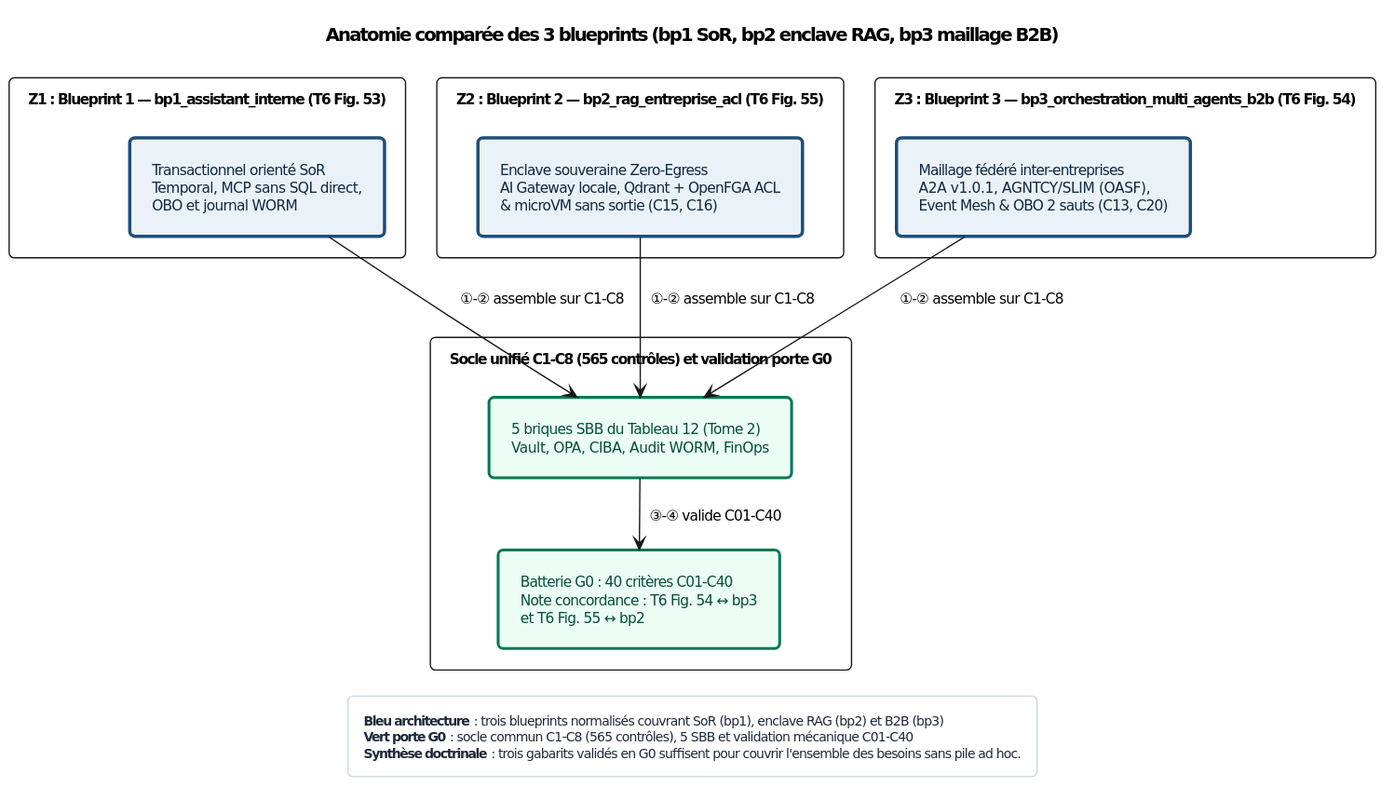
The PlantUML diagram Sources/Compendium/ouvrage/schemas/rendus/SCH-29-01.svg in agbruneau/Agentique, before a commit.
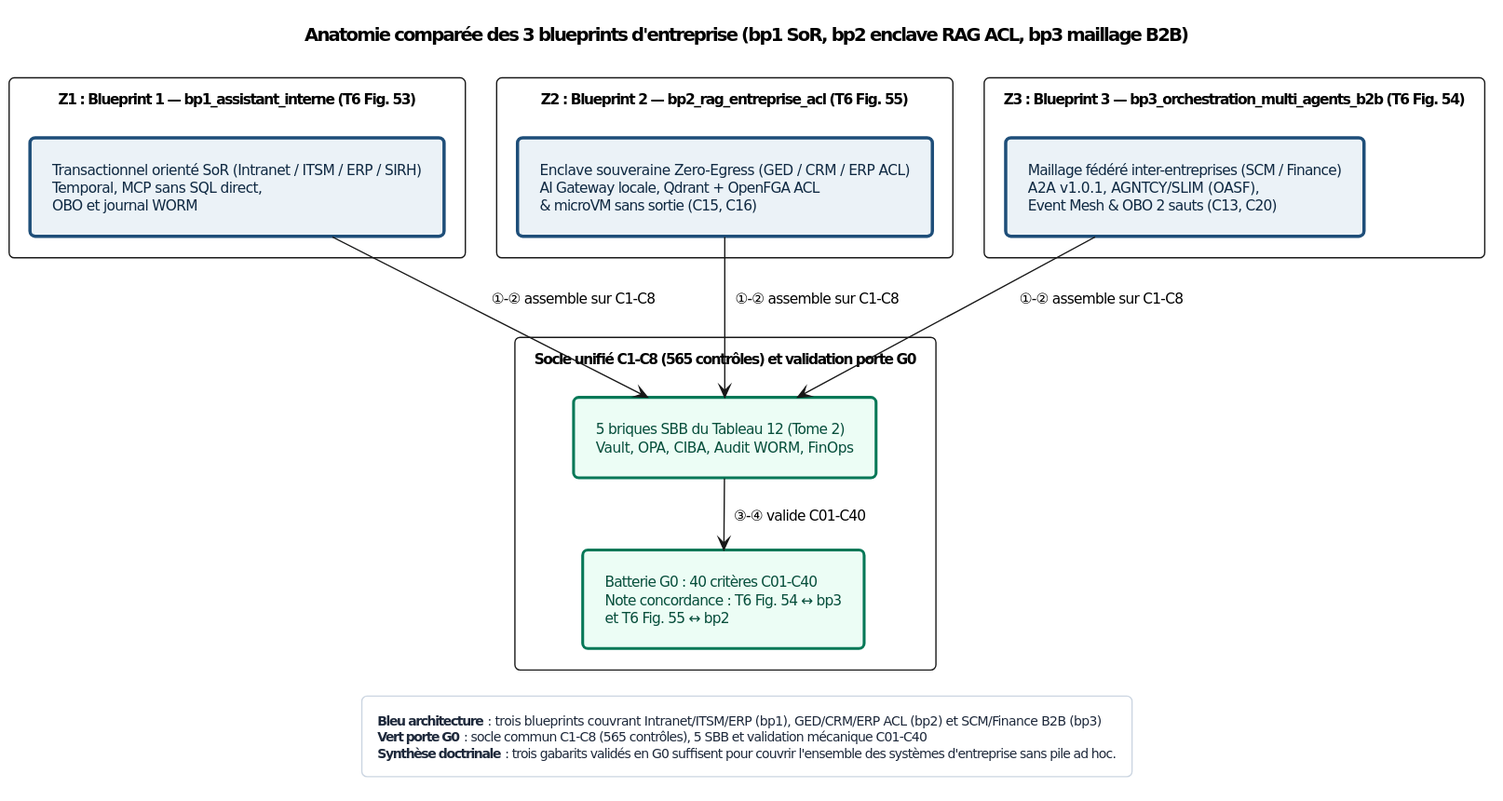
After the change.

Diff of the diagram source:
```diff
@@ -58,15 +58,15 @@
 skinparam ranksep 26
 skinparam padding 7
 
-title Anatomie comparée des 3 blueprints (bp1 SoR, bp2 enclave RAG, bp3 maillage B2B)
+title Anatomie comparée des 3 blueprints d'entreprise (bp1 SoR, bp2 enclave RAG ACL, bp3 maillage B2B)
 package "Z1 : Blueprint 1 — bp1_assistant_interne (T6 Fig. 53)" {
-  rectangle "Transactionnel orienté SoR\nTemporal, MCP sans SQL direct,\nOBO et journal WORM" as BP1 <<det>>
+  rectangle "Transactionnel orienté SoR (Intranet / ITSM / ERP / SIRH)\nTemporal, MCP sans SQL direct,\nOBO et journal WORM" as BP1 <<det>>
 }
 package "Z2 : Blueprint 2 — bp2_rag_entreprise_acl (T6 Fig. 55)" {
-  rectangle "Enclave souveraine Zero-Egress\nAI Gateway locale, Qdrant + OpenFGA ACL\n& microVM sans sortie (C15, C16)" as BP2 <<det>>
+  rectangle "Enclave souveraine Zero-Egress (GED / CRM / ERP ACL)\nAI Gateway locale, Qdrant + OpenFGA ACL\n& microVM sans sortie (C15, C16)" as BP2 <<det>>
 }
 package "Z3 : Blueprint 3 — bp3_orchestration_multi_agents_b2b (T6 Fig. 54)" {
-  rectangle "Maillage fédéré inter-entreprises\nA2A v1.0.1, AGNTCY/SLIM (OASF),\nEvent Mesh & OBO 2 sauts (C13, C20)" as BP3 <<det>>
+  rectangle "Maillage fédéré inter-entreprises (SCM / Finance)\nA2A v1.0.1, AGNTCY/SLIM (OASF),\nEvent Mesh & OBO 2 sauts (C13, C20)" as BP3 <<det>>
 }
 package "Socle unifié C1-C8 (565 contrôles) et validation porte G0" {
   rectangle "5 briques SBB du Tableau 12 (Tome 2)\nVault, OPA, CIBA, Audit WORM, FinOps" as SBB <<ok>>
@@ -77,8 +77,8 @@
 BP3 --> SBB : ①-② assemble sur C1-C8
 SBB --> G0 : ③-④ valide C01-C40
 legend bottom
-  **Bleu architecture** : trois blueprints normalisés couvrant SoR (bp1), enclave RAG (bp2) et B2B (bp3)
+  **Bleu architecture** : trois blueprints couvrant Intranet/ITSM/ERP (bp1), GED/CRM/ERP ACL (bp2) et SCM/Finance B2B (bp3)
   **Vert porte G0** : socle commun C1-C8 (565 contrôles), 5 SBB et validation mécanique C01-C40
-  **Synthèse doctrinale** : trois gabarits validés en G0 suffisent pour couvrir l'ensemble des besoins sans pile ad hoc.
+  **Synthèse doctrinale** : trois gabarits validés en G0 suffisent pour couvrir l'ensemble des systèmes d'entreprise sans pile ad hoc.
 end legend
 @enduml
```
